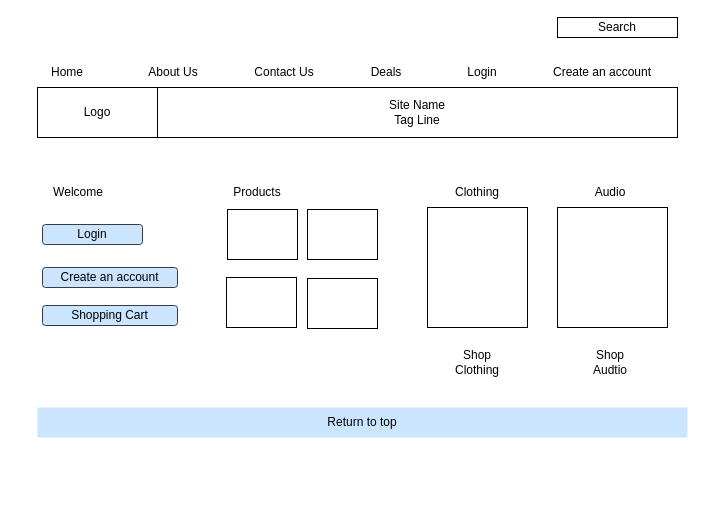
Before: Wireframe01.drawio in ElingO/test, a draw.io diagram. Source tidied: cells renumbered, new cells numbered last; positions are measured from the earlier drawing's top-left corner, leaving out a move shared by most shapes. Both pictures are drawn from the tidied source at 100%, with x=0, y=0 at pixel (17, 17).
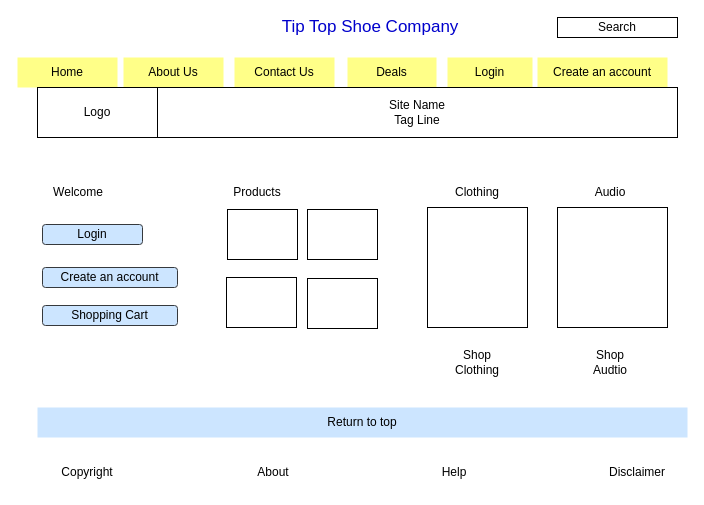
Above is the later version.

Change to the diagram source:
```diff
@@
-    <mxCell id="3" value="Home" style="rounded=0;whiteSpace=wrap;html=1;strokeColor=none;" parent="1" vertex="1">
+    <mxCell id="3" value="Home" style="rounded=0;whiteSpace=wrap;html=1;strokeColor=none;fillColor=#ffff88;" parent="1" vertex="1">
       <mxGeometry y="40" width="100" height="30" as="geometry" />
     </mxCell>
-    <mxCell id="4" value="About Us" style="rounded=0;whiteSpace=wrap;html=1;strokeColor=none;" parent="1" vertex="1">
+    <mxCell id="4" value="About Us" style="rounded=0;whiteSpace=wrap;html=1;strokeColor=none;fillColor=#ffff88;" parent="1" vertex="1">
       <mxGeometry x="106" y="40" width="100" height="30" as="geometry" />
     </mxCell>
-    <mxCell id="5" value="Contact Us" style="rounded=0;whiteSpace=wrap;html=1;strokeColor=none;" parent="1" vertex="1">
+    <mxCell id="5" value="Contact Us" style="rounded=0;whiteSpace=wrap;html=1;strokeColor=none;fillColor=#ffff88;" parent="1" vertex="1">
       <mxGeometry x="217" y="40" width="100" height="30" as="geometry" />
     </mxCell>
-    <mxCell id="6" value="Deals" style="rounded=0;whiteSpace=wrap;html=1;strokeColor=none;" parent="1" vertex="1">
-      <mxGeometry x="319" y="40" width="100" height="30" as="geometry" />
+    <mxCell id="6" value="Deals" style="rounded=0;whiteSpace=wrap;html=1;strokeColor=none;fillColor=#ffff88;" parent="1" vertex="1">
+      <mxGeometry x="330" y="40" width="89" height="30" as="geometry" />
     </mxCell>
-    <mxCell id="7" value="Login" style="rounded=0;whiteSpace=wrap;html=1;strokeColor=none;" parent="1" vertex="1">
-      <mxGeometry x="415" y="40" width="100" height="30" as="geometry" />
+    <mxCell id="7" value="Login" style="rounded=0;whiteSpace=wrap;html=1;strokeColor=none;fillColor=#ffff88;" parent="1" vertex="1">
+      <mxGeometry x="430" y="40" width="85" height="30" as="geometry" />
     </mxCell>
-    <mxCell id="8" value="Create an account" style="rounded=0;whiteSpace=wrap;html=1;strokeColor=none;" parent="1" vertex="1">
+    <mxCell id="8" value="Create an account" style="rounded=0;whiteSpace=wrap;html=1;strokeColor=none;fillColor=#ffff88;" parent="1" vertex="1">
       <mxGeometry x="520" y="40" width="130" height="30" as="geometry" />
     </mxCell>
@@
+    <mxCell id="27" value="Copyright" style="rounded=0;whiteSpace=wrap;html=1;strokeColor=none;" parent="1" vertex="1">
+      <mxGeometry x="20" y="440" width="100" height="30" as="geometry" />
+    </mxCell>
+    <mxCell id="28" value="About" style="rounded=0;whiteSpace=wrap;html=1;strokeColor=none;" parent="1" vertex="1">
+      <mxGeometry x="206" y="440" width="100" height="30" as="geometry" />
+    </mxCell>
+    <mxCell id="29" value="Help" style="rounded=0;whiteSpace=wrap;html=1;strokeColor=none;" parent="1" vertex="1">
+      <mxGeometry x="387" y="440" width="100" height="30" as="geometry" />
+    </mxCell>
+    <mxCell id="30" value="Disclaimer" style="rounded=0;whiteSpace=wrap;html=1;strokeColor=none;" parent="1" vertex="1">
+      <mxGeometry x="570" y="440" width="100" height="30" as="geometry" />
+    </mxCell>
+    <mxCell id="31" value="Tip Top Shoe Company" style="rounded=0;whiteSpace=wrap;html=1;strokeColor=none;fontColor=#0000CC;fontSize=17;" parent="1" vertex="1">
+      <mxGeometry x="248.5" width="207.5" height="20" as="geometry" />
+    </mxCell>
```
